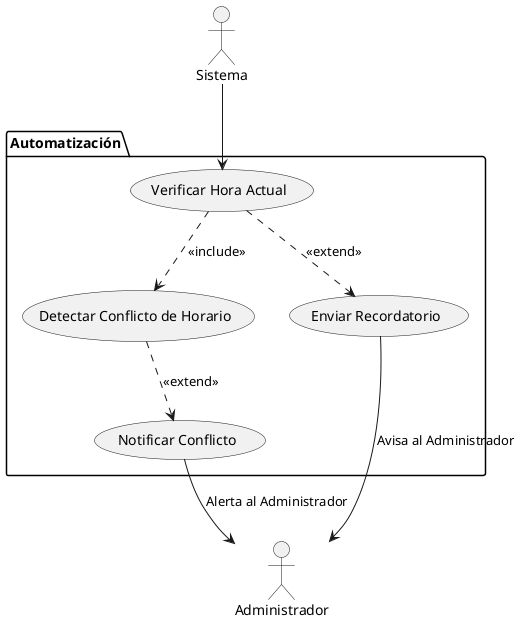
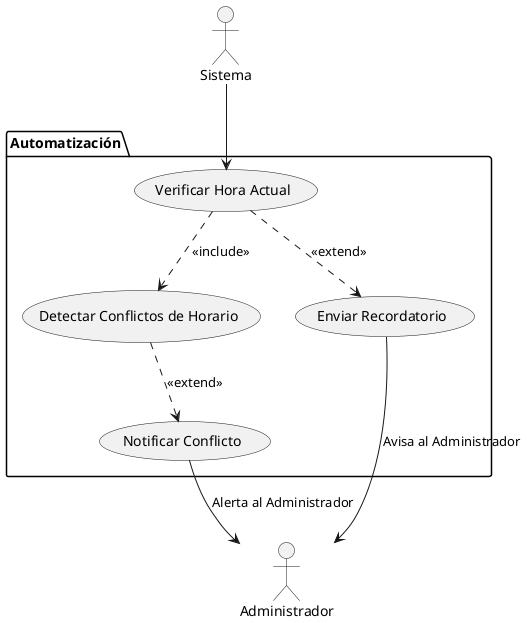
@startuml DiagramaAutomatización

actor "Sistema" as S
actor "Administrador" as Admin

    package "Automatización" {
-         usecase "Detectar Conflicto de Horario" as UC_A1
+         usecase "Detectar Conflictos de Horario" as UC_A1
        usecase "Notificar Conflicto" as UC_A2
        usecase "Enviar Recordatorio" as UC_A3
        usecase "Verificar Hora Actual" as UC_A4
    }

    S --> UC_A4
    UC_A4 ..> UC_A1 : <<include>>
    UC_A1 ..> UC_A2 : <<extend>>
    UC_A4 ..> UC_A3 : <<extend>>

    UC_A2 --> Admin : "Alerta al Administrador"
    UC_A3 --> Admin : "Avisa al Administrador"
@enduml